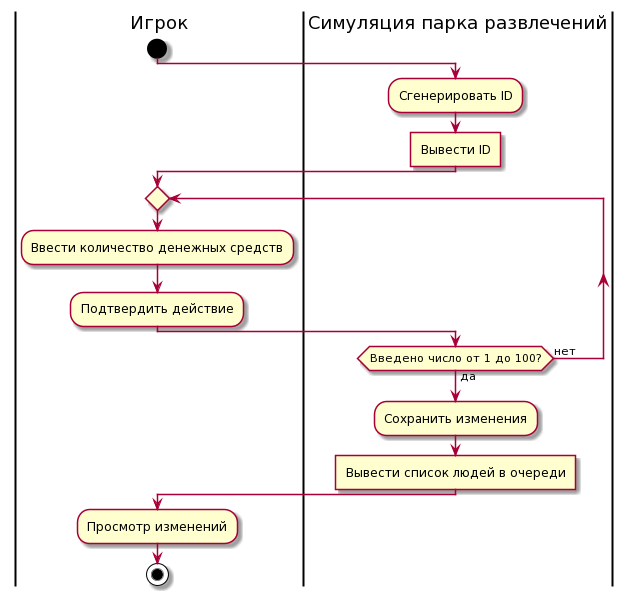
Before: description/images/add-visitor-activity-diagram.png, a diagram exported from PlantUML (mzhirko/amusement-park).
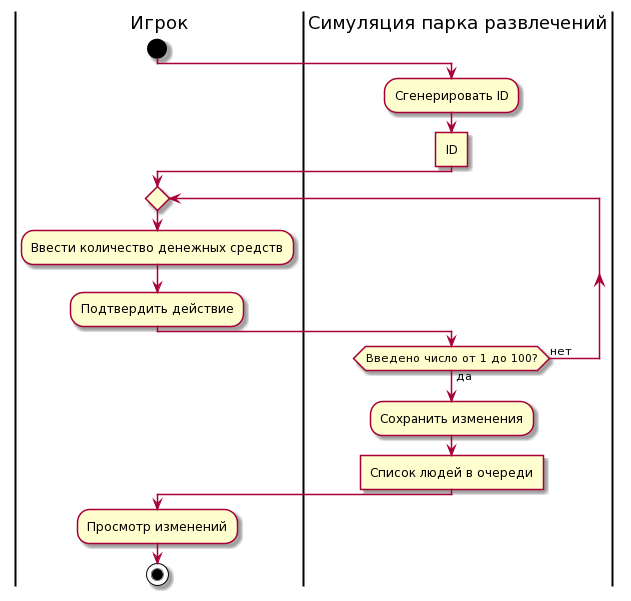
Later version of the same file.

Diff of the diagram source:
```diff
@@ -3,7 +3,7 @@
 start
 |Симуляция парка развлечений|
 :Сгенерировать ID;
-:Вывести ID]
+:ID]
 |Игрок|
 repeat
 :Ввести количество денежных средств;
@@ -11,7 +11,7 @@
 |Симуляция парка развлечений|
 repeat while (Введено число от 1 до 100?) is (нет) not (да)
 :Сохранить изменения;
-:Вывести список людей в очереди]
+:Список людей в очереди]
 |Игрок|
 :Просмотр изменений;
 stop
```
